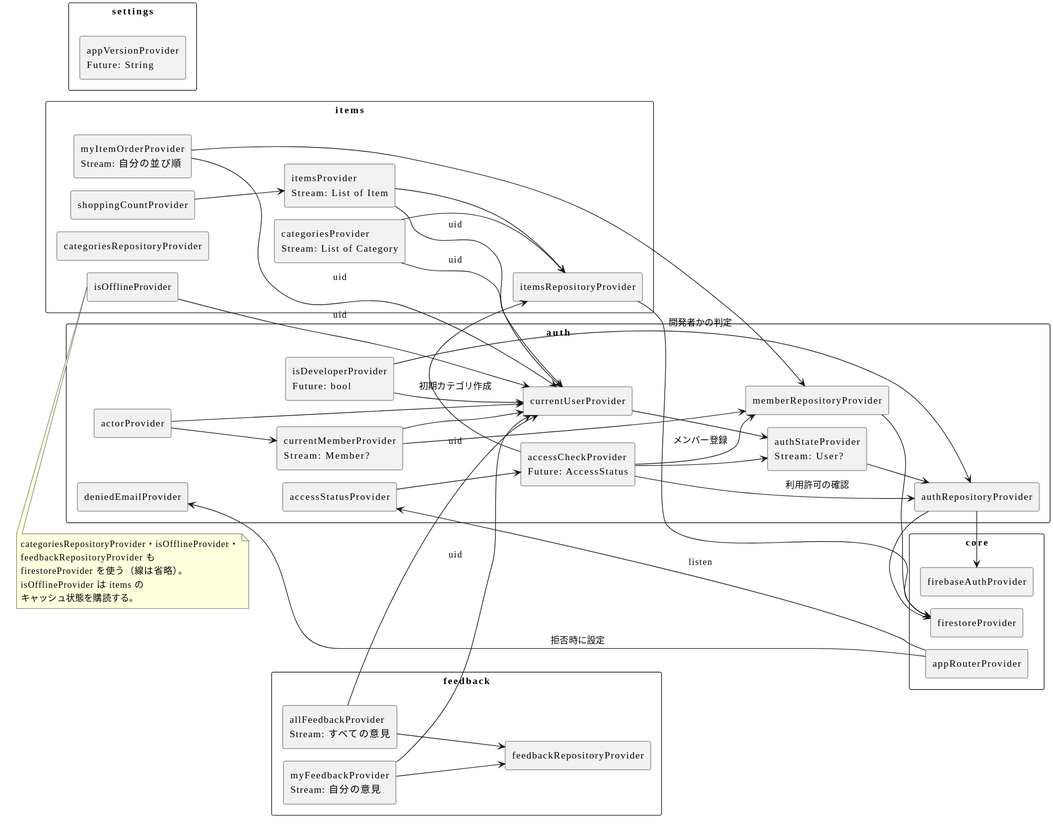
LASC-SINCE2015/LivingManager keeps this PlantUML diagram as design/architecture/diagrams/providers.svg. Above is the earlier version.
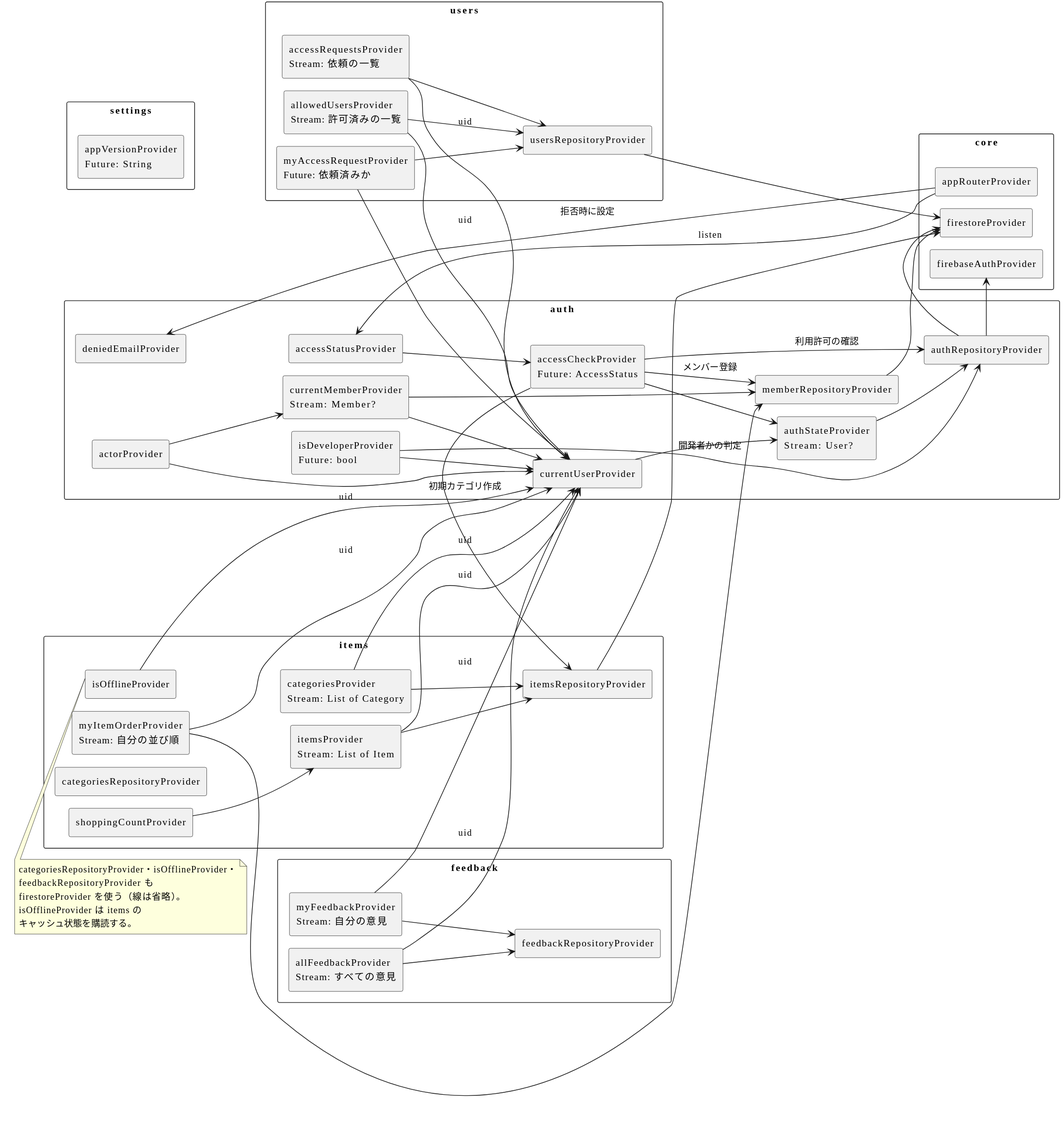
After the commit.

The edit, as a diff of the source:
```diff
@@ -42,6 +42,13 @@
   rectangle "allFeedbackProvider\nStream: すべての意見" as allFb
 }
 
+rectangle "users" {
+  rectangle "usersRepositoryProvider" as usersRepo
+  rectangle "myAccessRequestProvider\nFuture: 依頼済みか" as myReq
+  rectangle "accessRequestsProvider\nStream: 依頼の一覧" as reqs
+  rectangle "allowedUsersProvider\nStream: 許可済みの一覧" as allowed
+}
+
 authRepo --> fa
 authRepo --> fs
 memberRepo --> fs
@@ -73,6 +80,13 @@
 myFb --> fbRepo
 allFb --> currentUser : uid
 allFb --> fbRepo
+usersRepo --> fs
+myReq --> currentUser
+myReq --> usersRepo
+reqs --> currentUser : uid
+reqs --> usersRepo
+allowed --> currentUser : uid
+allowed --> usersRepo
 
 router --> accessStatus : listen
 router --> deniedEmail : 拒否時に設定
```
